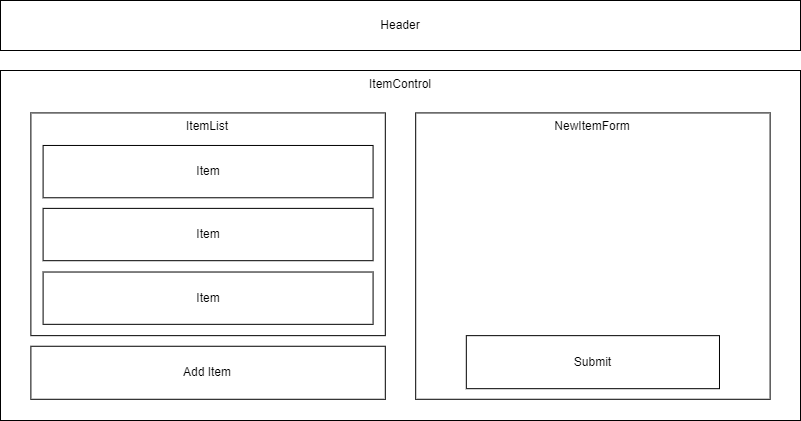
This is merch-site.png from aidanwilliams01/merch-site, a draw.io export, as it was before one commit. Source tidied: cells renumbered, new cells last; positions are measured from the earlier drawing's top-left corner, leaving out a move shared by most shapes. The source it was exported from:
```xml
<mxGraphModel>
  <root>
    <mxCell id="0" />
    <mxCell id="1" parent="0" />
    <mxCell id="2" value="Header" style="rounded=0;whiteSpace=wrap;html=1;" parent="1" vertex="1">
      <mxGeometry width="800" height="50" as="geometry" />
    </mxCell>
    <mxCell id="3" style="group;" parent="1" vertex="1">
      <mxGeometry y="70" width="800" height="350" as="geometry" />
    </mxCell>
    <mxCell id="4" value="ItemControl" style="rounded=0;whiteSpace=wrap;html=1;labelPosition=center;verticalLabelPosition=middle;align=center;verticalAlign=top;" parent="3" vertex="1">
      <mxGeometry width="800" height="350" as="geometry" />
    </mxCell>
    <mxCell id="5" value="NewItemForm" style="rounded=0;whiteSpace=wrap;html=1;verticalAlign=top;" parent="3" vertex="1">
      <mxGeometry x="415.2" y="42.4" width="354.4" height="286.4" as="geometry" />
    </mxCell>
    <mxCell id="6" style="group;" parent="3" vertex="1">
      <mxGeometry x="30.4" y="42.4" width="354.4" height="286.4" as="geometry" />
    </mxCell>
    <mxCell id="7" value="ItemList" style="rounded=0;whiteSpace=wrap;html=1;verticalAlign=top;" parent="6" vertex="1">
      <mxGeometry width="354.4" height="222.7" as="geometry" />
    </mxCell>
    <mxCell id="8" value="Item" style="rounded=0;whiteSpace=wrap;html=1;" parent="6" vertex="1">
      <mxGeometry x="12.2" y="32.5" width="330" height="52.3" as="geometry" />
    </mxCell>
    <mxCell id="9" value="Item" style="rounded=0;whiteSpace=wrap;html=1;" parent="6" vertex="1">
      <mxGeometry x="12.2" y="95.5" width="330" height="52.3" as="geometry" />
    </mxCell>
    <mxCell id="10" value="Item" style="rounded=0;whiteSpace=wrap;html=1;" parent="6" vertex="1">
      <mxGeometry x="12.2" y="159.1" width="330" height="52.3" as="geometry" />
    </mxCell>
    <mxCell id="11" value="Add Item" style="rounded=0;whiteSpace=wrap;html=1;" parent="3" vertex="1">
      <mxGeometry x="30.4" y="275.8" width="354.4" height="53" as="geometry" />
    </mxCell>
    <mxCell id="12" value="Submit" style="rounded=0;whiteSpace=wrap;html=1;" parent="3" vertex="1">
      <mxGeometry x="465.8" y="265.2" width="253.2" height="53" as="geometry" />
    </mxCell>
  </root>
</mxGraphModel>
```
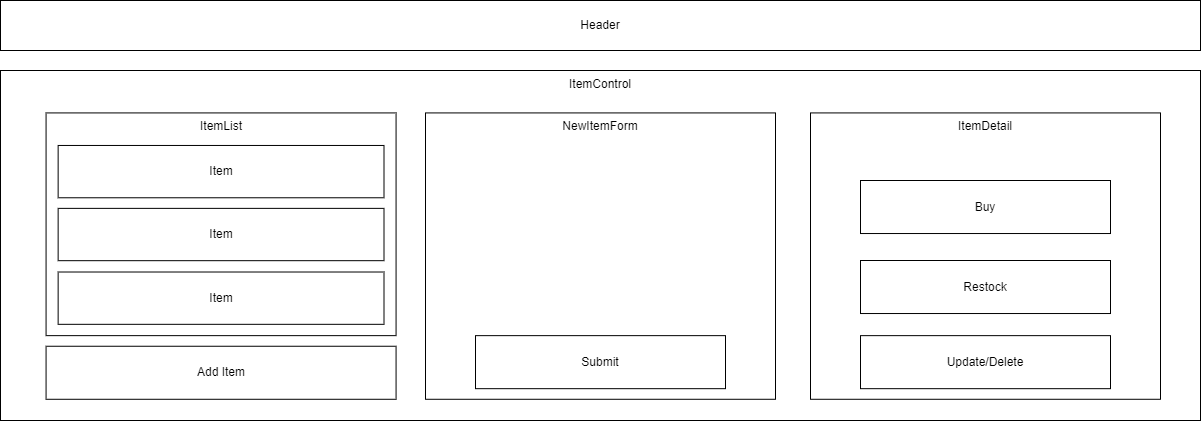
The same diagram one commit later.

Commit message:
update readme and component diagram

The edit, as a diff of the source:
```diff
@@ -3,37 +3,58 @@
     <mxCell id="0" />
     <mxCell id="1" parent="0" />
     <mxCell id="2" value="Header" style="rounded=0;whiteSpace=wrap;html=1;" parent="1" vertex="1">
-      <mxGeometry width="800" height="50" as="geometry" />
+      <mxGeometry width="1200" height="50" as="geometry" />
     </mxCell>
     <mxCell id="3" style="group;" parent="1" vertex="1">
-      <mxGeometry y="70" width="800" height="350" as="geometry" />
+      <mxGeometry y="70" width="1200" height="350" as="geometry" />
     </mxCell>
     <mxCell id="4" value="ItemControl" style="rounded=0;whiteSpace=wrap;html=1;labelPosition=center;verticalLabelPosition=middle;align=center;verticalAlign=top;" parent="3" vertex="1">
-      <mxGeometry width="800" height="350" as="geometry" />
+      <mxGeometry width="1200" height="350" as="geometry" />
     </mxCell>
-    <mxCell id="5" value="NewItemForm" style="rounded=0;whiteSpace=wrap;html=1;verticalAlign=top;" parent="3" vertex="1">
-      <mxGeometry x="415.2" y="42.4" width="354.4" height="286.4" as="geometry" />
-    </mxCell>
+    <mxCell id="13" style="group;" parent="3" vertex="1">
+      <mxGeometry x="45.6" y="42.4" width="350" height="286.4" as="geometry" />
+    </mxCell>
-    <mxCell id="6" style="group;" parent="3" vertex="1">
-      <mxGeometry x="30.4" y="42.4" width="354.4" height="286.4" as="geometry" />
+    <mxCell id="6" style="group;" parent="13" vertex="1">
+      <mxGeometry width="350" height="286.4" as="geometry" />
     </mxCell>
     <mxCell id="7" value="ItemList" style="rounded=0;whiteSpace=wrap;html=1;verticalAlign=top;" parent="6" vertex="1">
-      <mxGeometry width="354.4" height="222.7" as="geometry" />
+      <mxGeometry width="350" height="222.7" as="geometry" />
     </mxCell>
     <mxCell id="8" value="Item" style="rounded=0;whiteSpace=wrap;html=1;" parent="6" vertex="1">
-      <mxGeometry x="12.2" y="32.5" width="330" height="52.3" as="geometry" />
+      <mxGeometry x="12.1" y="32.5" width="325.9" height="52.3" as="geometry" />
     </mxCell>
     <mxCell id="9" value="Item" style="rounded=0;whiteSpace=wrap;html=1;" parent="6" vertex="1">
-      <mxGeometry x="12.2" y="95.5" width="330" height="52.3" as="geometry" />
+      <mxGeometry x="12.1" y="95.5" width="325.9" height="52.3" as="geometry" />
     </mxCell>
     <mxCell id="10" value="Item" style="rounded=0;whiteSpace=wrap;html=1;" parent="6" vertex="1">
-      <mxGeometry x="12.2" y="159.1" width="330" height="52.3" as="geometry" />
+      <mxGeometry x="12.1" y="159.1" width="325.9" height="52.3" as="geometry" />
     </mxCell>
-    <mxCell id="11" value="Add Item" style="rounded=0;whiteSpace=wrap;html=1;" parent="3" vertex="1">
-      <mxGeometry x="30.4" y="275.8" width="354.4" height="53" as="geometry" />
+    <mxCell id="11" value="Add Item" style="rounded=0;whiteSpace=wrap;html=1;" parent="13" vertex="1">
+      <mxGeometry y="233.3" width="350" height="53" as="geometry" />
     </mxCell>
+    <mxCell id="14" style="group;" parent="3" vertex="1">
+      <mxGeometry x="425" y="42.4" width="350" height="286.4" as="geometry" />
+    </mxCell>
+    <mxCell id="5" value="NewItemForm" style="rounded=0;whiteSpace=wrap;html=1;verticalAlign=top;" parent="14" vertex="1">
+      <mxGeometry width="350" height="286.4" as="geometry" />
+    </mxCell>
-    <mxCell id="12" value="Submit" style="rounded=0;whiteSpace=wrap;html=1;" parent="3" vertex="1">
-      <mxGeometry x="465.8" y="265.2" width="253.2" height="53" as="geometry" />
+    <mxCell id="12" value="Submit" style="rounded=0;whiteSpace=wrap;html=1;" parent="14" vertex="1">
+      <mxGeometry x="50" y="222.7" width="250" height="53" as="geometry" />
     </mxCell>
+    <mxCell id="15" style="group;" parent="3" vertex="1">
+      <mxGeometry x="810" y="42.4" width="350" height="286.4" as="geometry" />
+    </mxCell>
+    <mxCell id="16" value="ItemDetail" style="rounded=0;whiteSpace=wrap;html=1;verticalAlign=top;" parent="15" vertex="1">
+      <mxGeometry width="350" height="286.4" as="geometry" />
+    </mxCell>
+    <mxCell id="17" value="Update/Delete" style="rounded=0;whiteSpace=wrap;html=1;" parent="15" vertex="1">
+      <mxGeometry x="50" y="222.7" width="250" height="53" as="geometry" />
+    </mxCell>
+    <mxCell id="18" value="Restock" style="rounded=0;whiteSpace=wrap;html=1;" parent="15" vertex="1">
+      <mxGeometry x="50" y="147.6" width="250" height="53" as="geometry" />
+    </mxCell>
+    <mxCell id="19" value="Buy" style="rounded=0;whiteSpace=wrap;html=1;" parent="15" vertex="1">
+      <mxGeometry x="50" y="67.6" width="250" height="53" as="geometry" />
+    </mxCell>
   </root>
 </mxGraphModel>
```
